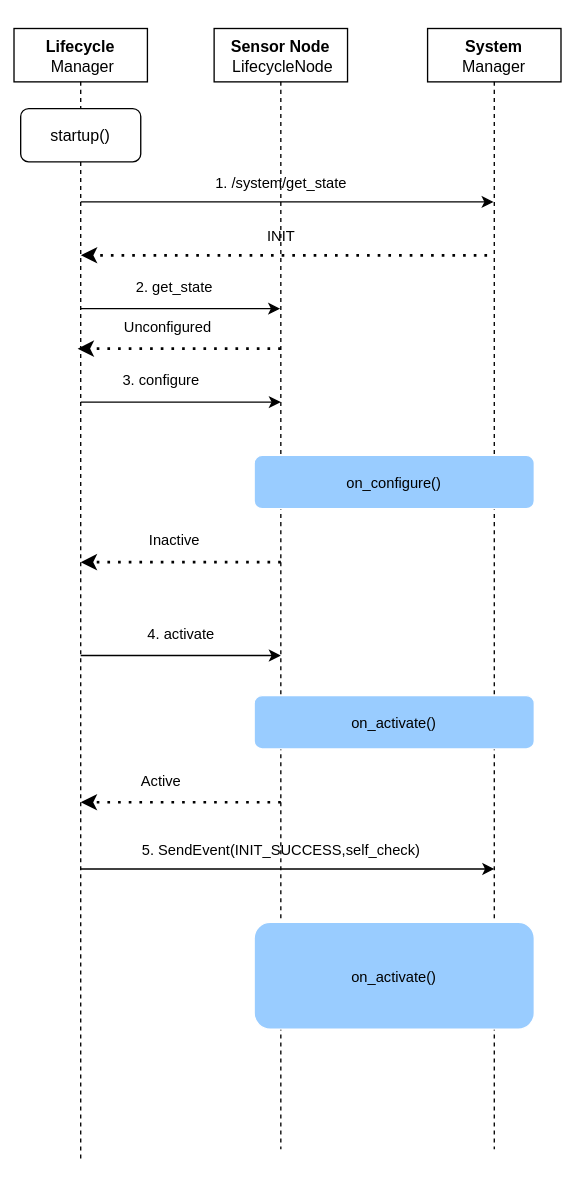
Above: ROS2机器人基础框架/Step4-node.svg in HashWaney/ROS_Document (draw.io), before the change. Source tidied: cells renumbered, new cells last; positions are measured from the earlier drawing's top-left corner, leaving out a move shared by most shapes.
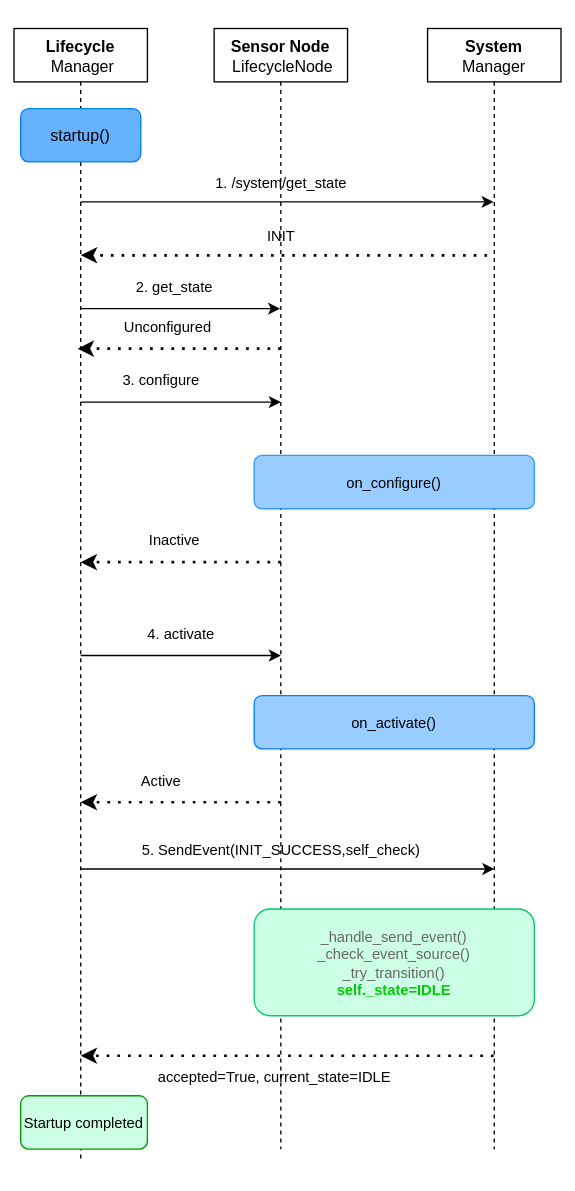
Above is the later version.

Commit message:
vault backup: 2026-11-25 17:09:06

What changed in the source:
```diff
@@ -11,7 +11,7 @@
     <mxCell id="4" value="&lt;b&gt;System&lt;/b&gt;&lt;br&gt;Manager" style="shape=umlLifeline;perimeter=lifelinePerimeter;whiteSpace=wrap;html=1;outlineConnect=0;portConstraint=eastwest;newEdgeStyle={&quot;curved&quot;:0,&quot;rounded&quot;:0};" parent="1" vertex="1">
       <mxGeometry x="310" width="100" height="840" as="geometry" />
     </mxCell>
-    <mxCell id="5" value="startup()" style="rounded=1;whiteSpace=wrap;html=1;" parent="1" vertex="1">
+    <mxCell id="5" value="startup()" style="rounded=1;whiteSpace=wrap;html=1;strokeColor=#007FFF;fillColor=#66B2FF;" parent="1" vertex="1">
       <mxGeometry x="5" y="60" width="90" height="40" as="geometry" />
     </mxCell>
     <mxCell id="6" style="endArrow=classic;html=1;" parent="1" edge="1" target="4">
@@ -61,7 +61,7 @@
     <mxCell id="15" value="3. configure" style="text;html=1;align=center;verticalAlign=middle;strokeColor=none;fillColor=none;fontSize=11;fontFamily=Helvetica;fontColor=default;" parent="1" vertex="1">
       <mxGeometry x="70" y="248" width="80" height="30" as="geometry" />
     </mxCell>
-    <mxCell id="16" value="on_configure()" style="rounded=1;whiteSpace=wrap;html=1;fontFamily=Helvetica;fontSize=11;fontColor=default;fillColor=#99CCFF;strokeColor=#FFFFFF;" parent="1" vertex="1">
+    <mxCell id="16" value="on_configure()" style="rounded=1;whiteSpace=wrap;html=1;fontFamily=Helvetica;fontSize=11;fontColor=default;fillColor=#99CCFF;strokeColor=#3399FF;" parent="1" vertex="1">
       <mxGeometry x="180" y="320" width="210" height="40" as="geometry" />
     </mxCell>
     <mxCell id="17" style="endArrow=classic;dashed=1;html=1;dashPattern=1 3;strokeWidth=2;" parent="1" edge="1">
@@ -85,7 +85,7 @@
     <mxCell id="20" value="4. activate" style="text;html=1;align=center;verticalAlign=middle;strokeColor=none;fillColor=none;fontSize=11;fontFamily=Helvetica;fontColor=default;" parent="1" vertex="1">
       <mxGeometry x="90" y="438" width="70" height="30" as="geometry" />
     </mxCell>
-    <mxCell id="21" value="on_activate()" style="rounded=1;whiteSpace=wrap;html=1;fontFamily=Helvetica;fontSize=11;fontColor=default;fillColor=#99CCFF;strokeColor=#FFFFFF;" parent="1" vertex="1">
+    <mxCell id="21" value="on_activate()" style="rounded=1;whiteSpace=wrap;html=1;fontFamily=Helvetica;fontSize=11;fontColor=default;fillColor=#99CCFF;strokeColor=#007FFF;" parent="1" vertex="1">
       <mxGeometry x="180" y="500" width="210" height="40" as="geometry" />
     </mxCell>
     <mxCell id="22" style="endArrow=classic;dashed=1;html=1;dashPattern=1 3;strokeWidth=2;" parent="1" edge="1">
@@ -106,8 +106,19 @@
     <mxCell id="25" value="5. SendEvent(INIT_SUCCESS,self_check)" style="text;html=1;align=center;verticalAlign=middle;strokeColor=none;fillColor=none;fontSize=11;fontFamily=Helvetica;fontColor=default;" parent="1" vertex="1">
       <mxGeometry x="85" y="600" width="230" height="30" as="geometry" />
     </mxCell>
-    <mxCell id="26" value="on_activate()" style="rounded=1;whiteSpace=wrap;html=1;fontFamily=Helvetica;fontSize=11;fontColor=default;fillColor=#99CCFF;strokeColor=#FFFFFF;" parent="1" vertex="1">
-      <mxGeometry x="180" y="670" width="210" height="80" as="geometry" />
+    <mxCell id="26" value="&lt;font color=&quot;#666666&quot;&gt;_handle_send_event()&lt;br&gt;_check_event_source()&lt;br&gt;_try_transition()&lt;/font&gt;&lt;br&gt;&lt;b style=&quot;&quot;&gt;&lt;font color=&quot;#00cc00&quot;&gt;self._state=IDLE&lt;/font&gt;&lt;/b&gt;" style="rounded=1;whiteSpace=wrap;html=1;fontFamily=Helvetica;fontSize=11;fontColor=default;fillColor=#CCFFE6;strokeColor=#00CC66;" parent="1" vertex="1">
+      <mxGeometry x="180" y="660" width="210" height="80" as="geometry" />
     </mxCell>
+    <mxCell id="27" style="endArrow=classic;dashed=1;html=1;dashPattern=1 3;strokeWidth=2;" parent="1" edge="1" source="4">
+      <mxGeometry relative="1" as="geometry">
+        <mxPoint x="50" y="770" as="targetPoint" />
+      </mxGeometry>
+    </mxCell>
+    <mxCell id="28" value="accepted=True, current_state=IDLE" style="text;html=1;align=center;verticalAlign=middle;strokeColor=none;fillColor=none;fontSize=11;fontFamily=Helvetica;fontColor=default;" parent="1" vertex="1">
+      <mxGeometry x="95" y="770" width="200" height="30" as="geometry" />
+    </mxCell>
+    <mxCell id="29" value="Startup completed" style="rounded=1;whiteSpace=wrap;html=1;fontFamily=Helvetica;fontSize=11;fontColor=default;fillColor=#CCFFE6;strokeColor=#009900;" parent="1" vertex="1">
+      <mxGeometry x="5" y="800" width="95" height="40" as="geometry" />
+    </mxCell>
   </root>
 </mxGraphModel>
```
